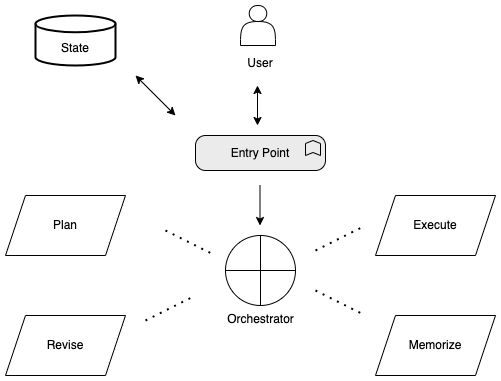
Earlier version of the draw.io export images/workflow.drawio.png (aws-samples/langgraph-multi-agent). Source tidied: cells renumbered, new cells last; positions are measured from the earlier drawing's top-left corner, leaving out a move shared by most shapes.
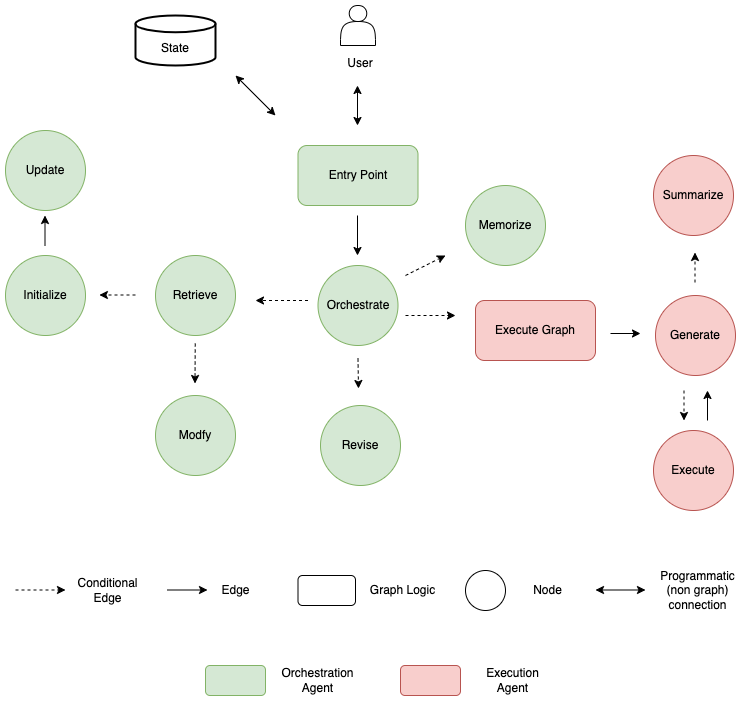
After the commit.

Diff of the diagram source:
```diff
@@ -2,74 +2,185 @@
   <root>
     <mxCell id="0" />
     <mxCell id="1" parent="0" />
-    <mxCell id="2" value="Orchestrator" style="verticalLabelPosition=bottom;verticalAlign=top;html=1;shape=mxgraph.flowchart.summing_function;" parent="1" vertex="1">
-      <mxGeometry x="220" y="230" width="70" height="70" as="geometry" />
-    </mxCell>
+    <mxCell id="4" style="shape=actor;whiteSpace=wrap;html=1;" parent="1" vertex="1">
+      <mxGeometry x="235" width="35" height="40" as="geometry" />
+    </mxCell>
+    <mxCell id="18" style="endArrow=classic;startArrow=classic;html=1;rounded=0;" parent="1" edge="1">
+      <mxGeometry relative="1" as="geometry">
+        <mxPoint x="252" y="120" as="sourcePoint" />
+        <mxPoint x="252" y="80" as="targetPoint" />
+      </mxGeometry>
+    </mxCell>
+    <mxCell id="16" value="&lt;br&gt;State" style="strokeWidth=2;html=1;shape=mxgraph.flowchart.database;whiteSpace=wrap;" parent="1" vertex="1">
+      <mxGeometry x="30" y="10" width="80" height="50" as="geometry" />
+    </mxCell>
+    <mxCell id="19" style="endArrow=classic;startArrow=classic;html=1;rounded=0;" parent="1" edge="1">
+      <mxGeometry relative="1" as="geometry">
+        <mxPoint x="170" y="110" as="sourcePoint" />
+        <mxPoint x="130" y="70" as="targetPoint" />
+      </mxGeometry>
+    </mxCell>
+    <mxCell id="20" style="endArrow=classic;html=1;rounded=0;" parent="1" edge="1">
+      <mxGeometry relative="1" as="geometry">
+        <mxPoint x="252" y="210" as="sourcePoint" />
+        <mxPoint x="252" y="250" as="targetPoint" />
+      </mxGeometry>
+    </mxCell>
-    <mxCell id="3" value="Entry Point" style="html=1;whiteSpace=wrap;fillColor=#EBEBEB;shape=mxgraph.archimate3.application;appType=func;archiType=rounded;" parent="1" vertex="1">
-      <mxGeometry x="190" y="130" width="130" height="35" as="geometry" />
+    <mxCell id="3" value="Entry Point" style="rounded=1;whiteSpace=wrap;html=1;fillColor=#d5e8d4;strokeColor=#82b366;" parent="1" vertex="1">
+      <mxGeometry x="192.5" y="140" width="120" height="60" as="geometry" />
     </mxCell>
-    <mxCell id="4" style="shape=actor;whiteSpace=wrap;html=1;" parent="1" vertex="1">
-      <mxGeometry x="235" width="35" height="40" as="geometry" />
-    </mxCell>
+    <mxCell id="21" value="Orchestrate" style="ellipse;whiteSpace=wrap;html=1;fillColor=#d5e8d4;strokeColor=#82b366;" parent="1" vertex="1">
+      <mxGeometry x="212.5" y="260" width="80" height="80" as="geometry" />
+    </mxCell>
     <mxCell id="5" value="User" style="text;html=1;strokeColor=none;fillColor=none;align=center;verticalAlign=middle;whiteSpace=wrap;rounded=0;" parent="1" vertex="1">
       <mxGeometry x="225" y="43" width="60" height="30" as="geometry" />
     </mxCell>
-    <mxCell id="6" style="endArrow=classic;startArrow=classic;html=1;rounded=0;" parent="1" edge="1">
-      <mxGeometry relative="1" as="geometry">
-        <mxPoint x="252" y="120" as="sourcePoint" />
-        <mxPoint x="252" y="80" as="targetPoint" />
-      </mxGeometry>
-    </mxCell>
-    <mxCell id="7" style="endArrow=classic;html=1;rounded=0;" parent="1" edge="1">
-      <mxGeometry relative="1" as="geometry">
-        <mxPoint x="254.5" y="180" as="sourcePoint" />
-        <mxPoint x="254.5" y="220" as="targetPoint" />
-      </mxGeometry>
-    </mxCell>
-    <mxCell id="8" value="Plan" style="shape=parallelogram;perimeter=parallelogramPerimeter;whiteSpace=wrap;html=1;fixedSize=1;" parent="1" vertex="1">
-      <mxGeometry y="190" width="120" height="60" as="geometry" />
-    </mxCell>
+    <mxCell id="22" value="Initialize" style="ellipse;whiteSpace=wrap;html=1;fillColor=#d5e8d4;strokeColor=#82b366;" parent="1" vertex="1">
+      <mxGeometry x="-100" y="250" width="80" height="80" as="geometry" />
+    </mxCell>
+    <mxCell id="23" style="html=1;labelBackgroundColor=#ffffff;startArrow=none;startFill=0;startSize=6;endArrow=classic;endFill=1;endSize=6;jettySize=auto;orthogonalLoop=1;strokeWidth=1;dashed=1;fontSize=14;rounded=0;" parent="1" edge="1">
+      <mxGeometry relative="1" as="geometry">
+        <mxPoint x="202.5" y="295" as="sourcePoint" />
+        <mxPoint x="150" y="295" as="targetPoint" />
+      </mxGeometry>
+    </mxCell>
+    <mxCell id="24" style="endArrow=classic;html=1;rounded=0;" parent="1" edge="1">
+      <mxGeometry relative="1" as="geometry">
+        <mxPoint x="-60.5" y="240" as="sourcePoint" />
+        <mxPoint x="-60.5" y="210" as="targetPoint" />
+      </mxGeometry>
+    </mxCell>
+    <mxCell id="25" value="Update" style="ellipse;whiteSpace=wrap;html=1;fillColor=#d5e8d4;strokeColor=#82b366;" parent="1" vertex="1">
+      <mxGeometry x="-100" y="125" width="80" height="80" as="geometry" />
+    </mxCell>
+    <mxCell id="26" value="Retrieve" style="ellipse;whiteSpace=wrap;html=1;fillColor=#d5e8d4;strokeColor=#82b366;" parent="1" vertex="1">
+      <mxGeometry x="50" y="250" width="80" height="80" as="geometry" />
+    </mxCell>
+    <mxCell id="27" style="html=1;labelBackgroundColor=#ffffff;startArrow=none;startFill=0;startSize=6;endArrow=classic;endFill=1;endSize=6;jettySize=auto;orthogonalLoop=1;strokeWidth=1;dashed=1;fontSize=14;rounded=0;" parent="1" edge="1">
+      <mxGeometry relative="1" as="geometry">
+        <mxPoint x="30" y="289.5" as="sourcePoint" />
+        <mxPoint x="-6.1" y="289.5" as="targetPoint" />
+      </mxGeometry>
+    </mxCell>
+    <mxCell id="28" value="Modfy" style="ellipse;whiteSpace=wrap;html=1;fillColor=#d5e8d4;strokeColor=#82b366;" parent="1" vertex="1">
+      <mxGeometry x="50" y="390" width="80" height="80" as="geometry" />
+    </mxCell>
+    <mxCell id="29" style="html=1;labelBackgroundColor=#ffffff;startArrow=none;startFill=0;startSize=6;endArrow=classic;endFill=1;endSize=6;jettySize=auto;orthogonalLoop=1;strokeWidth=1;dashed=1;fontSize=14;rounded=0;" parent="1" edge="1">
+      <mxGeometry relative="1" as="geometry">
+        <mxPoint x="89.8" y="338" as="sourcePoint" />
+        <mxPoint x="89.5" y="378" as="targetPoint" />
+      </mxGeometry>
+    </mxCell>
-    <mxCell id="9" value="Revise" style="shape=parallelogram;perimeter=parallelogramPerimeter;whiteSpace=wrap;html=1;fixedSize=1;" parent="1" vertex="1">
-      <mxGeometry y="310" width="120" height="60" as="geometry" />
+    <mxCell id="9" value="Revise" style="ellipse;whiteSpace=wrap;html=1;fillColor=#d5e8d4;strokeColor=#82b366;" parent="1" vertex="1">
+      <mxGeometry x="215" y="400" width="80" height="80" as="geometry" />
     </mxCell>
+    <mxCell id="30" style="html=1;labelBackgroundColor=#ffffff;startArrow=none;startFill=0;startSize=6;endArrow=classic;endFill=1;endSize=6;jettySize=auto;orthogonalLoop=1;strokeWidth=1;dashed=1;fontSize=14;rounded=0;" parent="1" edge="1">
+      <mxGeometry relative="1" as="geometry">
+        <mxPoint x="252.5" y="353" as="sourcePoint" />
+        <mxPoint x="253" y="383" as="targetPoint" />
+      </mxGeometry>
+    </mxCell>
+    <mxCell id="11" value="Memorize" style="ellipse;whiteSpace=wrap;html=1;fillColor=#d5e8d4;strokeColor=#82b366;" parent="1" vertex="1">
+      <mxGeometry x="360" y="180" width="80" height="80" as="geometry" />
+    </mxCell>
+    <mxCell id="31" style="html=1;labelBackgroundColor=#ffffff;startArrow=none;startFill=0;startSize=6;endArrow=classic;endFill=1;endSize=6;jettySize=auto;orthogonalLoop=1;strokeWidth=1;dashed=1;fontSize=14;rounded=0;" parent="1" edge="1">
+      <mxGeometry relative="1" as="geometry">
+        <mxPoint x="300" y="310" as="sourcePoint" />
+        <mxPoint x="350" y="310" as="targetPoint" />
+      </mxGeometry>
+    </mxCell>
+    <mxCell id="32" style="html=1;labelBackgroundColor=#ffffff;startArrow=none;startFill=0;startSize=6;endArrow=classic;endFill=1;endSize=6;jettySize=auto;orthogonalLoop=1;strokeWidth=1;dashed=1;fontSize=14;rounded=0;" parent="1" edge="1">
+      <mxGeometry relative="1" as="geometry">
+        <mxPoint x="300" y="270" as="sourcePoint" />
+        <mxPoint x="340" y="250" as="targetPoint" />
+      </mxGeometry>
+    </mxCell>
-    <mxCell id="10" value="Execute" style="shape=parallelogram;perimeter=parallelogramPerimeter;whiteSpace=wrap;html=1;fixedSize=1;" parent="1" vertex="1">
-      <mxGeometry x="370" y="190" width="120" height="60" as="geometry" />
+    <mxCell id="10" value="Execute" style="ellipse;whiteSpace=wrap;html=1;fillColor=#f8cecc;strokeColor=#b85450;" parent="1" vertex="1">
+      <mxGeometry x="548" y="425" width="80" height="80" as="geometry" />
     </mxCell>
-    <mxCell id="11" value="Memorize" style="shape=parallelogram;perimeter=parallelogramPerimeter;whiteSpace=wrap;html=1;fixedSize=1;" parent="1" vertex="1">
-      <mxGeometry x="370" y="310" width="120" height="60" as="geometry" />
-    </mxCell>
-    <mxCell id="12" style="endArrow=none;dashed=1;html=1;dashPattern=1 3;strokeWidth=2;rounded=0;" parent="1" edge="1">
-      <mxGeometry relative="1" as="geometry">
-        <mxPoint x="310" y="245" as="sourcePoint" />
-        <mxPoint x="360" y="220" as="targetPoint" />
-      </mxGeometry>
-    </mxCell>
-    <mxCell id="13" style="endArrow=none;dashed=1;html=1;dashPattern=1 3;strokeWidth=2;rounded=0;" parent="1" edge="1">
-      <mxGeometry relative="1" as="geometry">
-        <mxPoint x="140" y="315" as="sourcePoint" />
-        <mxPoint x="190" y="290" as="targetPoint" />
-      </mxGeometry>
-    </mxCell>
-    <mxCell id="14" style="endArrow=none;dashed=1;html=1;dashPattern=1 3;strokeWidth=2;rounded=0;" parent="1" edge="1">
-      <mxGeometry relative="1" as="geometry">
-        <mxPoint x="310" y="285" as="sourcePoint" />
-        <mxPoint x="360" y="310" as="targetPoint" />
-      </mxGeometry>
-    </mxCell>
-    <mxCell id="15" style="endArrow=none;dashed=1;html=1;dashPattern=1 3;strokeWidth=2;rounded=0;" parent="1" edge="1">
-      <mxGeometry relative="1" as="geometry">
-        <mxPoint x="160" y="225" as="sourcePoint" />
-        <mxPoint x="210" y="250" as="targetPoint" />
-      </mxGeometry>
-    </mxCell>
-    <mxCell id="16" value="&lt;br&gt;State" style="strokeWidth=2;html=1;shape=mxgraph.flowchart.database;whiteSpace=wrap;" parent="1" vertex="1">
-      <mxGeometry x="30" y="10" width="80" height="50" as="geometry" />
-    </mxCell>
-    <mxCell id="17" style="endArrow=classic;startArrow=classic;html=1;rounded=0;" parent="1" edge="1">
-      <mxGeometry relative="1" as="geometry">
-        <mxPoint x="170" y="110" as="sourcePoint" />
-        <mxPoint x="130" y="70" as="targetPoint" />
-      </mxGeometry>
-    </mxCell>
+    <mxCell id="33" value="Generate" style="ellipse;whiteSpace=wrap;html=1;fillColor=#f8cecc;strokeColor=#b85450;" parent="1" vertex="1">
+      <mxGeometry x="550" y="290" width="80" height="80" as="geometry" />
+    </mxCell>
+    <mxCell id="34" value="Summarize" style="ellipse;whiteSpace=wrap;html=1;fillColor=#f8cecc;strokeColor=#b85450;" parent="1" vertex="1">
+      <mxGeometry x="548" y="150" width="80" height="80" as="geometry" />
+    </mxCell>
+    <mxCell id="35" style="html=1;labelBackgroundColor=#ffffff;startArrow=none;startFill=0;startSize=6;endArrow=classic;endFill=1;endSize=6;jettySize=auto;orthogonalLoop=1;strokeWidth=1;dashed=1;fontSize=14;rounded=0;" parent="1" edge="1">
+      <mxGeometry relative="1" as="geometry">
+        <mxPoint x="578.5" y="385" as="sourcePoint" />
+        <mxPoint x="578.5" y="415" as="targetPoint" />
+      </mxGeometry>
+    </mxCell>
+    <mxCell id="36" style="html=1;labelBackgroundColor=#ffffff;startArrow=none;startFill=0;startSize=6;endArrow=classic;endFill=1;endSize=6;jettySize=auto;orthogonalLoop=1;strokeWidth=1;dashed=1;fontSize=14;rounded=0;" parent="1" edge="1">
+      <mxGeometry relative="1" as="geometry">
+        <mxPoint x="589.5" y="277" as="sourcePoint" />
+        <mxPoint x="589.5" y="247" as="targetPoint" />
+      </mxGeometry>
+    </mxCell>
+    <mxCell id="37" style="endArrow=classic;html=1;rounded=0;" parent="1" edge="1">
+      <mxGeometry relative="1" as="geometry">
+        <mxPoint x="602" y="415" as="sourcePoint" />
+        <mxPoint x="602" y="385" as="targetPoint" />
+      </mxGeometry>
+    </mxCell>
+    <mxCell id="38" value="Execute Graph" style="rounded=1;whiteSpace=wrap;html=1;fillColor=#f8cecc;strokeColor=#b85450;" parent="1" vertex="1">
+      <mxGeometry x="370" y="295" width="120" height="60" as="geometry" />
+    </mxCell>
+    <mxCell id="39" style="endArrow=classic;html=1;rounded=0;" parent="1" edge="1">
+      <mxGeometry relative="1" as="geometry">
+        <mxPoint x="505" y="328" as="sourcePoint" />
+        <mxPoint x="535" y="328" as="targetPoint" />
+      </mxGeometry>
+    </mxCell>
+    <mxCell id="40" style="rounded=1;whiteSpace=wrap;html=1;" parent="1" vertex="1">
+      <mxGeometry x="192.5" y="570" width="57.5" height="30" as="geometry" />
+    </mxCell>
+    <mxCell id="41" value="Graph Logic" style="text;html=1;strokeColor=none;fillColor=none;align=center;verticalAlign=middle;whiteSpace=wrap;rounded=0;" parent="1" vertex="1">
+      <mxGeometry x="255" y="570" width="85" height="30" as="geometry" />
+    </mxCell>
+    <mxCell id="42" style="ellipse;whiteSpace=wrap;html=1;" parent="1" vertex="1">
+      <mxGeometry x="360" y="565" width="40" height="40" as="geometry" />
+    </mxCell>
+    <mxCell id="43" value="Node" style="text;html=1;strokeColor=none;fillColor=none;align=center;verticalAlign=middle;whiteSpace=wrap;rounded=0;" parent="1" vertex="1">
+      <mxGeometry x="400" y="570" width="85" height="30" as="geometry" />
+    </mxCell>
+    <mxCell id="44" style="endArrow=classic;html=1;rounded=0;" parent="1" edge="1">
+      <mxGeometry relative="1" as="geometry">
+        <mxPoint x="62" y="584.5" as="sourcePoint" />
+        <mxPoint x="102" y="584.5" as="targetPoint" />
+      </mxGeometry>
+    </mxCell>
+    <mxCell id="45" style="html=1;labelBackgroundColor=#ffffff;startArrow=none;startFill=0;startSize=6;endArrow=classic;endFill=1;endSize=6;jettySize=auto;orthogonalLoop=1;strokeWidth=1;dashed=1;fontSize=14;rounded=0;" parent="1" edge="1">
+      <mxGeometry relative="1" as="geometry">
+        <mxPoint x="-90" y="584.5" as="sourcePoint" />
+        <mxPoint x="-40" y="584.5" as="targetPoint" />
+      </mxGeometry>
+    </mxCell>
+    <mxCell id="46" value="Conditional Edge" style="text;html=1;strokeColor=none;fillColor=none;align=center;verticalAlign=middle;whiteSpace=wrap;rounded=0;" parent="1" vertex="1">
+      <mxGeometry x="-40" y="570" width="85" height="30" as="geometry" />
+    </mxCell>
+    <mxCell id="47" style="rounded=1;whiteSpace=wrap;html=1;fillColor=#d5e8d4;strokeColor=#82b366;" parent="1" vertex="1">
+      <mxGeometry x="100" y="660" width="60" height="30" as="geometry" />
+    </mxCell>
+    <mxCell id="48" value="Orchestration Agent" style="text;html=1;strokeColor=none;fillColor=none;align=center;verticalAlign=middle;whiteSpace=wrap;rounded=0;" parent="1" vertex="1">
+      <mxGeometry x="170" y="660" width="85" height="30" as="geometry" />
+    </mxCell>
+    <mxCell id="49" style="rounded=1;whiteSpace=wrap;html=1;fillColor=#f8cecc;strokeColor=#b85450;" parent="1" vertex="1">
+      <mxGeometry x="295" y="660" width="60" height="30" as="geometry" />
+    </mxCell>
+    <mxCell id="50" value="Execution Agent" style="text;html=1;strokeColor=none;fillColor=none;align=center;verticalAlign=middle;whiteSpace=wrap;rounded=0;" parent="1" vertex="1">
+      <mxGeometry x="365" y="660" width="85" height="30" as="geometry" />
+    </mxCell>
+    <mxCell id="51" value="Edge" style="text;html=1;strokeColor=none;fillColor=none;align=center;verticalAlign=middle;whiteSpace=wrap;rounded=0;" parent="1" vertex="1">
+      <mxGeometry x="87.5" y="570" width="85" height="30" as="geometry" />
+    </mxCell>
+    <mxCell id="52" style="endArrow=classic;startArrow=classic;html=1;rounded=0;" parent="1" edge="1">
+      <mxGeometry relative="1" as="geometry">
+        <mxPoint x="540" y="584.5" as="sourcePoint" />
+        <mxPoint x="490" y="584.5" as="targetPoint" />
+      </mxGeometry>
+    </mxCell>
+    <mxCell id="53" value="Programmatic (non graph) connection" style="text;html=1;strokeColor=none;fillColor=none;align=center;verticalAlign=middle;whiteSpace=wrap;rounded=0;" parent="1" vertex="1">
+      <mxGeometry x="550" y="570" width="85" height="30" as="geometry" />
+    </mxCell>
   </root>
 </mxGraphModel>
```
